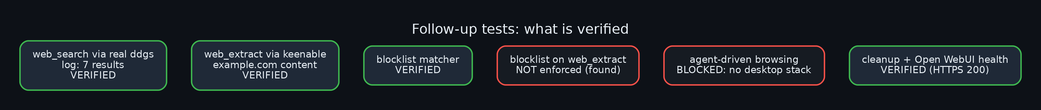
Earlier version of the Graphviz export diagrams/33_followup_test_ladder.png (danindiana/hermes-web-search-ddgs). Its source is kept beside it as diagrams/33_followup_test_ladder.dot.
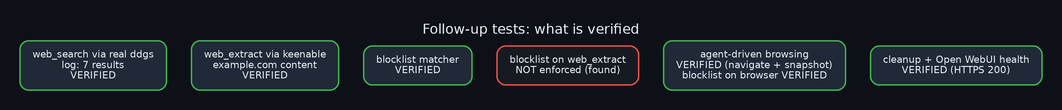
Later version of the same file.

Change to the diagram source:
```diff
@@ -7,7 +7,7 @@
 b [label="web_extract via keenable\nexample.com content\nVERIFIED", color="#3fb950", fillcolor="#1f2937"];
 c [label="blocklist matcher\nVERIFIED", color="#3fb950", fillcolor="#1f2937"];
 d [label="blocklist on web_extract\nNOT enforced (found)", color="#f85149"];
-e [label="agent-driven browsing\nBLOCKED: no desktop stack", color="#f85149"];
+e [label="agent-driven browsing\nVERIFIED (navigate + snapshot)\nblocklist on browser VERIFIED", color="#3fb950", fillcolor="#1f2937"];
 f [label="cleanup + Open WebUI health\nVERIFIED (HTTPS 200)", color="#3fb950", fillcolor="#1f2937"];
 a->b->c->d->e->f [style=invis];
 }
```
